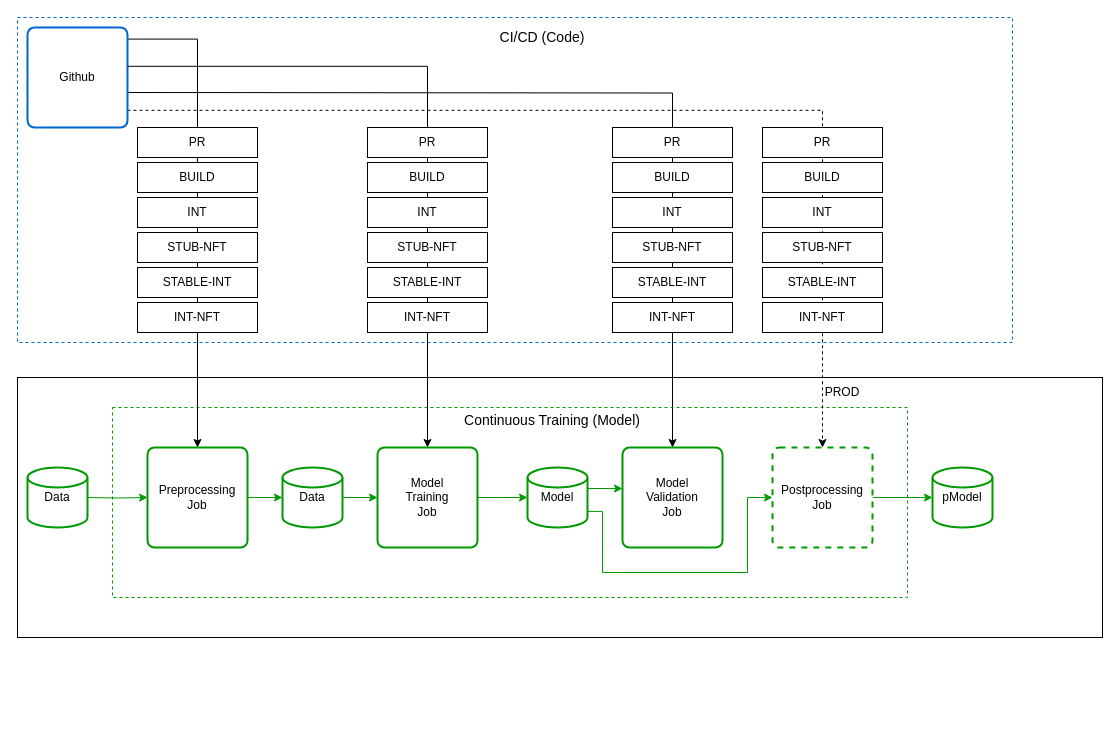
adriangay/my-drawio-diagrams keeps this draw.io diagram as mlops-concepts-cdct.drawio. Above is the earlier version. Source tidied: cells renumbered, new cells numbered last; positions are measured from the earlier drawing's top-left corner, leaving out a move shared by most shapes. Both pictures are drawn from the tidied source at 100%, with x=0, y=0 at pixel (17, 17).
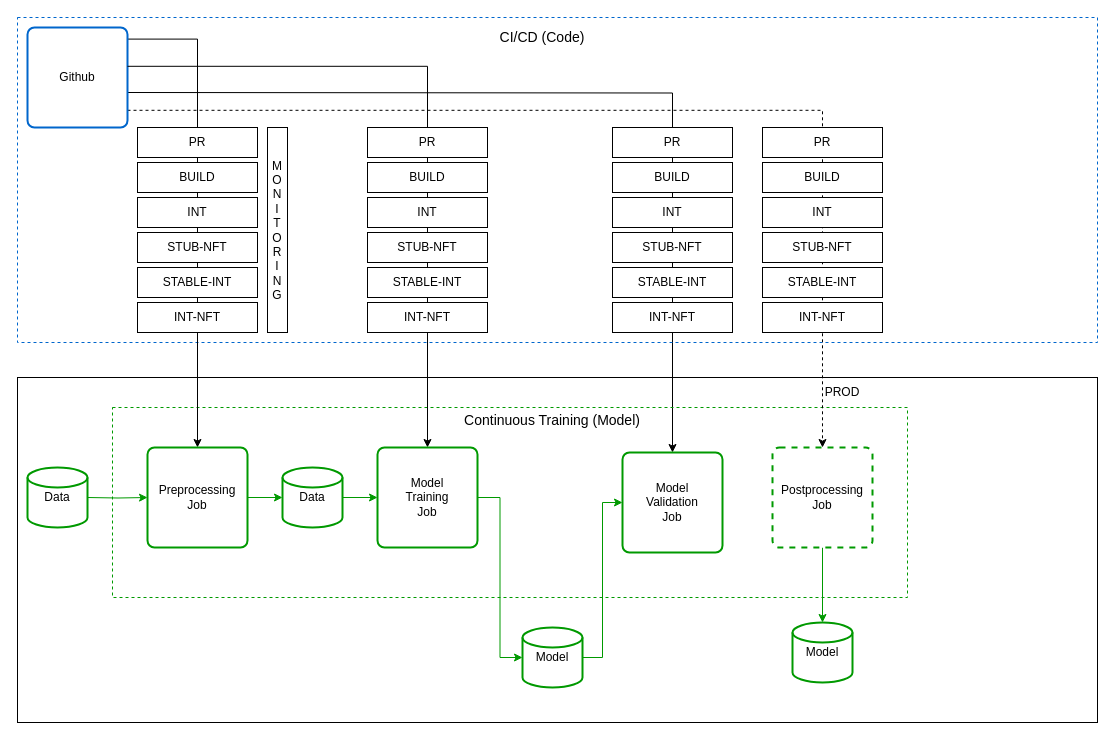
After the change.

The change refers to these unchanged cells:
```xml
<mxCell id="14" value="Model&lt;br&gt;Training&lt;br&gt;Job" style="rounded=1;whiteSpace=wrap;html=1;absoluteArcSize=1;arcSize=14;strokeWidth=2;strokeColor=#009900;" parent="1" vertex="1">
  <mxGeometry x="360" y="430" width="100" height="100" as="geometry" />
</mxCell>
<mxCell id="18" value="Postprocessing&lt;br&gt;Job" style="rounded=1;whiteSpace=wrap;html=1;absoluteArcSize=1;arcSize=14;strokeWidth=2;dashed=1;strokeColor=#009900;" parent="1" vertex="1">
  <mxGeometry x="755" y="430" width="100" height="100" as="geometry" />
</mxCell>
```

Change to the diagram source:
```diff
@@
     <mxCell id="3" style="rounded=0;whiteSpace=wrap;html=1;strokeColor=#0066CC;fillColor=none;dashed=1;" parent="1" vertex="1">
-      <mxGeometry width="995" height="325" as="geometry" />
+      <mxGeometry width="1080" height="325" as="geometry" />
     </mxCell>
     <mxCell id="4" style="rounded=0;whiteSpace=wrap;html=1;fillColor=none;" parent="1" vertex="1">
-      <mxGeometry y="360" width="1085" height="260" as="geometry" />
+      <mxGeometry y="360" width="1080" height="345" as="geometry" />
     </mxCell>
@@
-    <mxCell id="12" style="edgeStyle=orthogonalEdgeStyle;rounded=0;jettySize=auto;html=1;exitX=1;exitY=0.5;exitDx=0;exitDy=0;strokeColor=#009900;" parent="1" edge="1" source="14">
-      <mxGeometry relative="1" as="geometry">
-        <mxPoint x="510" y="480" as="targetPoint" />
-      </mxGeometry>
+    <mxCell id="12" style="edgeStyle=orthogonalEdgeStyle;rounded=0;jettySize=auto;html=1;exitX=1;exitY=0.5;exitDx=0;exitDy=0;strokeColor=#009900;entryX=0;entryY=0.5;entryDx=0;entryDy=0;entryPerimeter=0;" parent="1" edge="1" source="14" target="52">
+      <mxGeometry relative="1" as="geometry" />
     </mxCell>
@@
-    <mxCell id="15" style="edgeStyle=orthogonalEdgeStyle;rounded=0;jettySize=auto;html=1;strokeColor=#009900;entryX=0;entryY=0.5;entryDx=0;entryDy=0;exitX=0.998;exitY=0.732;exitDx=0;exitDy=0;exitPerimeter=0;" parent="1" edge="1" source="50" target="18">
-      <mxGeometry relative="1" as="geometry">
-        <Array as="points">
-          <mxPoint x="585" y="494" />
-          <mxPoint x="585" y="555" />
-          <mxPoint x="730" y="555" />
-          <mxPoint x="730" y="480" />
-        </Array>
-      </mxGeometry>
-    </mxCell>
     <mxCell id="16" value="Model&lt;br&gt;Validation&lt;br&gt;Job" style="rounded=1;whiteSpace=wrap;html=1;absoluteArcSize=1;arcSize=14;strokeWidth=2;strokeColor=#009900;" parent="1" vertex="1">
-      <mxGeometry x="605" y="430" width="100" height="100" as="geometry" />
+      <mxGeometry x="605" y="435" width="100" height="100" as="geometry" />
     </mxCell>
-    <mxCell id="17" style="edgeStyle=orthogonalEdgeStyle;rounded=0;jettySize=auto;html=1;exitX=1;exitY=0.5;exitDx=0;exitDy=0;entryX=0;entryY=0.5;entryDx=0;entryDy=0;strokeColor=#009900;entryPerimeter=0;" parent="1" edge="1" source="18" target="35">
-      <mxGeometry relative="1" as="geometry" />
+    <mxCell id="17" style="edgeStyle=orthogonalEdgeStyle;rounded=0;jettySize=auto;html=1;exitX=0.5;exitY=1;exitDx=0;exitDy=0;entryX=0.5;entryY=0;entryDx=0;entryDy=0;strokeColor=#009900;entryPerimeter=0;" parent="1" edge="1" source="18">
+      <mxGeometry relative="1" as="geometry">
+        <mxPoint x="805" y="605" as="targetPoint" />
+      </mxGeometry>
     </mxCell>
@@
-    <mxCell id="35" value="pModel" style="strokeWidth=2;html=1;shape=mxgraph.flowchart.database;whiteSpace=wrap;strokeColor=#009900;" parent="1" vertex="1">
-      <mxGeometry x="915" y="450" width="60" height="60" as="geometry" />
-    </mxCell>
@@
     <mxCell id="50" value="Model" style="strokeWidth=2;html=1;shape=mxgraph.flowchart.database;whiteSpace=wrap;strokeColor=#009900;" parent="1" vertex="1">
-      <mxGeometry x="510" y="450" width="60" height="60" as="geometry" />
+      <mxGeometry x="775" y="605" width="60" height="60" as="geometry" />
     </mxCell>
-    <mxCell id="51" style="edgeStyle=orthogonalEdgeStyle;rounded=0;orthogonalLoop=1;jettySize=auto;html=1;entryX=0;entryY=0.5;entryDx=0;entryDy=0;strokeColor=#009900;exitX=1;exitY=0.5;exitDx=0;exitDy=0;exitPerimeter=0;" parent="1" edge="1">
-      <mxGeometry relative="1" as="geometry">
-        <mxPoint x="570" y="471" as="sourcePoint" />
-        <mxPoint x="605" y="471" as="targetPoint" />
-      </mxGeometry>
-    </mxCell>
+    <mxCell id="52" value="Model" style="strokeWidth=2;html=1;shape=mxgraph.flowchart.database;whiteSpace=wrap;strokeColor=#009900;" parent="1" vertex="1">
+      <mxGeometry x="505" y="610" width="60" height="60" as="geometry" />
+    </mxCell>
+    <mxCell id="53" style="edgeStyle=orthogonalEdgeStyle;rounded=0;jettySize=auto;html=1;exitX=0;exitY=0.5;exitDx=0;exitDy=0;strokeColor=#009900;entryX=1;entryY=0.5;entryDx=0;entryDy=0;entryPerimeter=0;startArrow=classic;startFill=1;endArrow=none;endFill=0;" parent="1" edge="1" source="16" target="52">
+      <mxGeometry relative="1" as="geometry" />
+    </mxCell>
+    <mxCell id="54" style="rounded=0;whiteSpace=wrap;html=1;fillColor=none;" parent="1" vertex="1">
+      <mxGeometry x="250" y="110" width="20" height="205" as="geometry" />
+    </mxCell>
+    <mxCell id="55" value="M&lt;br&gt;O&lt;br&gt;N&lt;br&gt;I&lt;br&gt;T&lt;br&gt;O&lt;br&gt;R&lt;br&gt;I&lt;br&gt;N&lt;br&gt;G" style="text;html=1;strokeColor=none;fillColor=none;align=center;verticalAlign=middle;whiteSpace=wrap;rounded=0;" parent="1" vertex="1">
+      <mxGeometry x="250" y="110" width="20" height="205" as="geometry" />
+    </mxCell>
```
